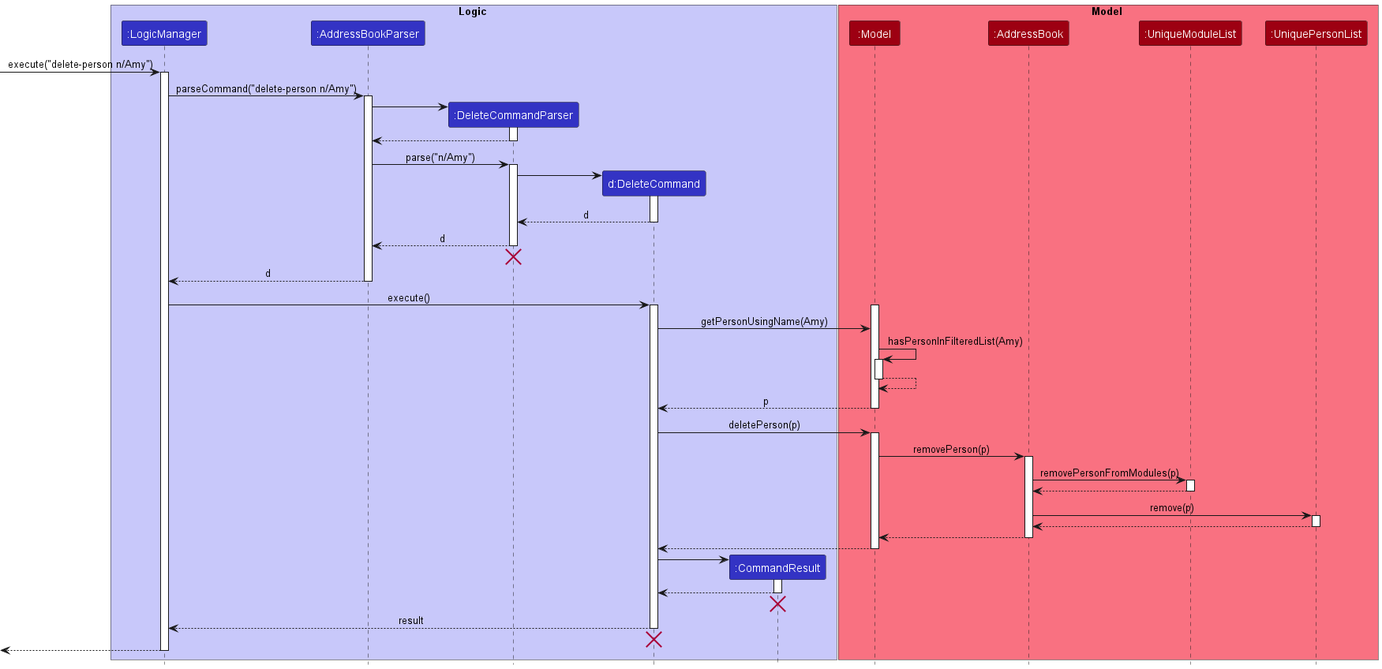
nus-cs2103-AY2223S1/tp keeps this PlantUML diagram as docs/images/DeletePersonSequenceDiagram.png. Above is the earlier version.
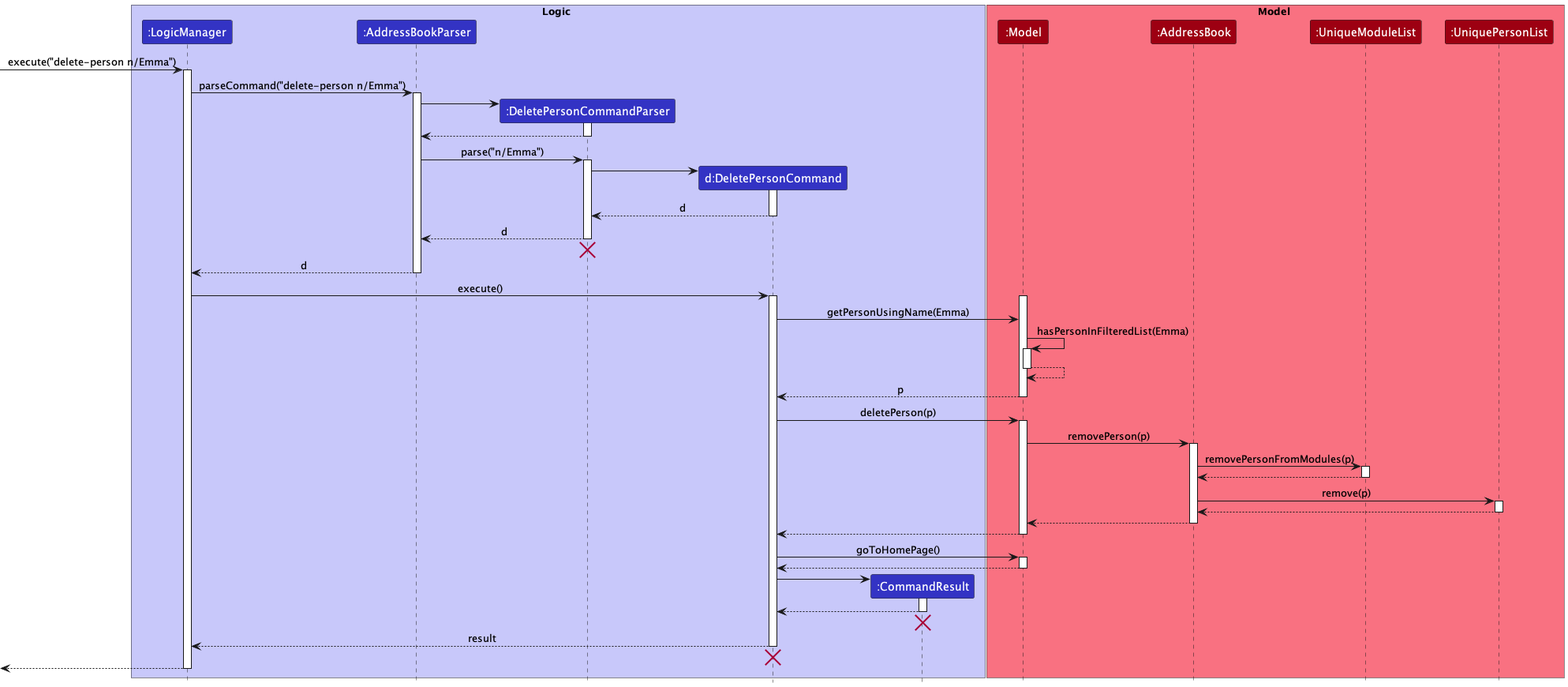
After the commit.

Commit message:
Update delete person diagram

What changed in the source:
```diff
@@ -4,8 +4,8 @@
 box Logic LOGIC_COLOR_T1
 participant ":LogicManager" as LogicManager LOGIC_COLOR
 participant ":AddressBookParser" as AddressBookParser LOGIC_COLOR
-participant ":DeleteCommandParser" as DeleteCommandParser LOGIC_COLOR
-participant "d:DeleteCommand" as DeleteCommand LOGIC_COLOR
+participant ":DeletePersonCommandParser" as DeletePersonCommandParser LOGIC_COLOR
+participant "d:DeletePersonCommand" as DeletePersonCommand LOGIC_COLOR
 participant ":CommandResult" as CommandResult LOGIC_COLOR
 end box
 
@@ -16,55 +16,55 @@
 participant ":UniquePersonList" as UniquePersonList MODEL_COLOR
 end box
 
-[-> LogicManager : execute("delete-person n/Amy")
+[-> LogicManager : execute("delete-person n/Emma")
 activate LogicManager
 
-LogicManager -> AddressBookParser : parseCommand("delete-person n/Amy")
+LogicManager -> AddressBookParser : parseCommand("delete-person n/Emma")
 activate AddressBookParser
 
-create DeleteCommandParser
-AddressBookParser -> DeleteCommandParser
-activate DeleteCommandParser
+create DeletePersonCommandParser
+AddressBookParser -> DeletePersonCommandParser
+activate DeletePersonCommandParser
 
-DeleteCommandParser --> AddressBookParser
-deactivate DeleteCommandParser
+DeletePersonCommandParser --> AddressBookParser
+deactivate DeletePersonCommandParser
 
-AddressBookParser -> DeleteCommandParser : parse("n/Amy")
-activate DeleteCommandParser
+AddressBookParser -> DeletePersonCommandParser : parse("n/Emma")
+activate DeletePersonCommandParser
 
-create DeleteCommand
-DeleteCommandParser -> DeleteCommand
-activate DeleteCommand
+create DeletePersonCommand
+DeletePersonCommandParser -> DeletePersonCommand
+activate DeletePersonCommand
 
-DeleteCommand --> DeleteCommandParser : d
-deactivate DeleteCommand
+DeletePersonCommand --> DeletePersonCommandParser : d
+deactivate DeletePersonCommand
 
-DeleteCommandParser --> AddressBookParser : d
-deactivate DeleteCommandParser
-DeleteCommandParser -[hidden]-> AddressBookParser
-destroy DeleteCommandParser
+DeletePersonCommandParser --> AddressBookParser : d
+deactivate DeletePersonCommandParser
+DeletePersonCommandParser -[hidden]-> AddressBookParser
+destroy DeletePersonCommandParser
 
 AddressBookParser --> LogicManager : d
 deactivate AddressBookParser
 
-LogicManager -> DeleteCommand : execute()
-activate DeleteCommand
+LogicManager -> DeletePersonCommand : execute()
+activate DeletePersonCommand
 
 
 activate Model
-DeleteCommand -> Model : getPersonUsingName(Amy)
+DeletePersonCommand -> Model : getPersonUsingName(Emma)
 
 
-Model -> Model : hasPersonInFilteredList(Amy)
+Model -> Model : hasPersonInFilteredList(Emma)
 activate Model
 
 Model --> Model
 deactivate Model
 
-Model --> DeleteCommand : p
+Model --> DeletePersonCommand : p
 deactivate Model
 
-DeleteCommand -> Model : deletePerson(p)
+DeletePersonCommand -> Model : deletePerson(p)
 activate Model
 
 Model -> AddressBook : removePerson(p)
@@ -85,22 +85,27 @@
 AddressBook --> Model
 deactivate AddressBook
 
-Model --> DeleteCommand
+Model --> DeletePersonCommand
+deactivate Model
+
+DeletePersonCommand -> Model : goToHomePage()
+activate Model
+Model --> DeletePersonCommand
 deactivate Model
 
 create CommandResult
-DeleteCommand -> CommandResult
+DeletePersonCommand -> CommandResult
 activate CommandResult
 
-CommandResult --> DeleteCommand
+CommandResult --> DeletePersonCommand
 deactivate CommandResult
-CommandResult -[hidden]-> DeleteCommand
+CommandResult -[hidden]-> DeletePersonCommand
 destroy CommandResult
 
-DeleteCommand --> LogicManager : result
-deactivate DeleteCommand
-DeleteCommand -[hidden]-> LogicManager
-destroy DeleteCommand
+DeletePersonCommand --> LogicManager : result
+deactivate DeletePersonCommand
+DeletePersonCommand -[hidden]-> LogicManager
+destroy DeletePersonCommand
 
 [<--LogicManager
 deactivate LogicManager
```
